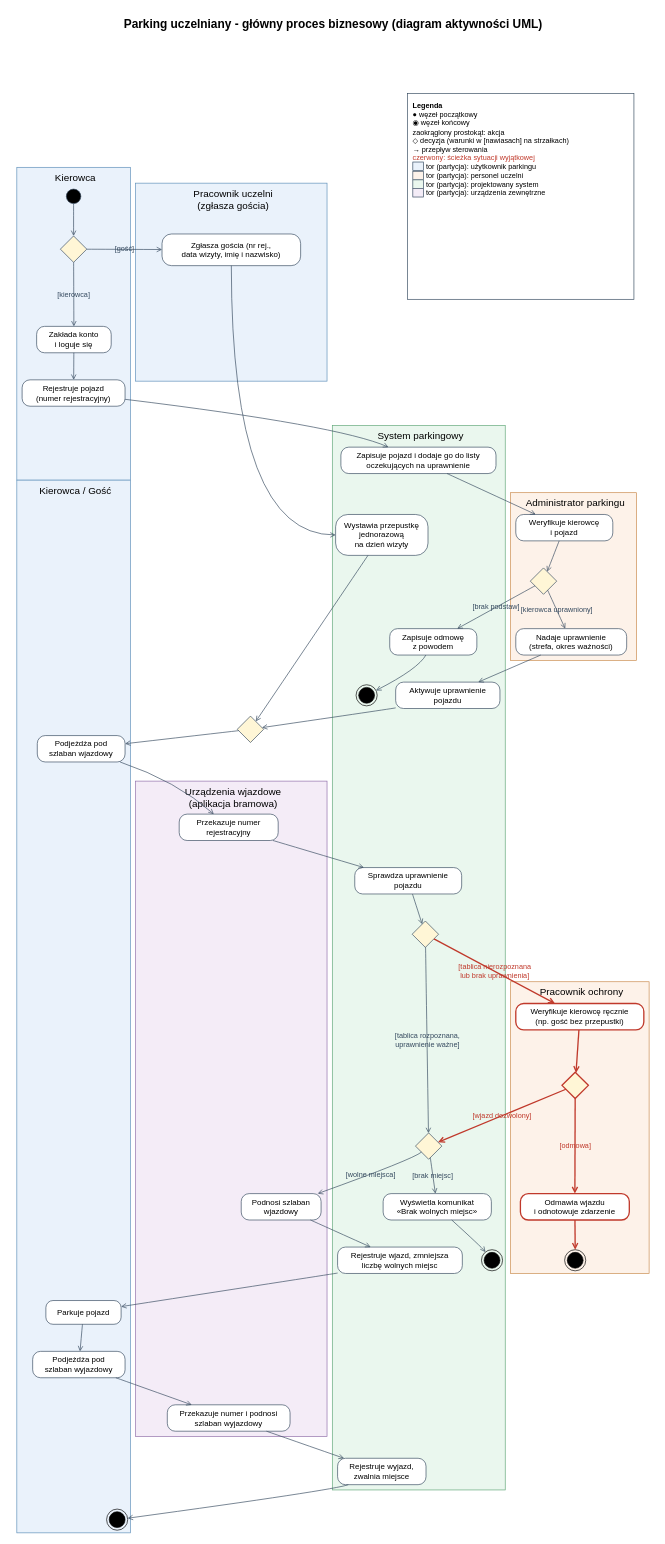
Kanikk/parking-uczelniany keeps this draw.io diagram as docs/proces/model-procesu.drawio. Above is the earlier version. Source tidied: cells renumbered, new cells numbered last; positions are measured from the earlier drawing's top-left corner, leaving out a move shared by most shapes. Both pictures are drawn from the tidied source at 66%, with x=0, y=0 at pixel (11, 11).
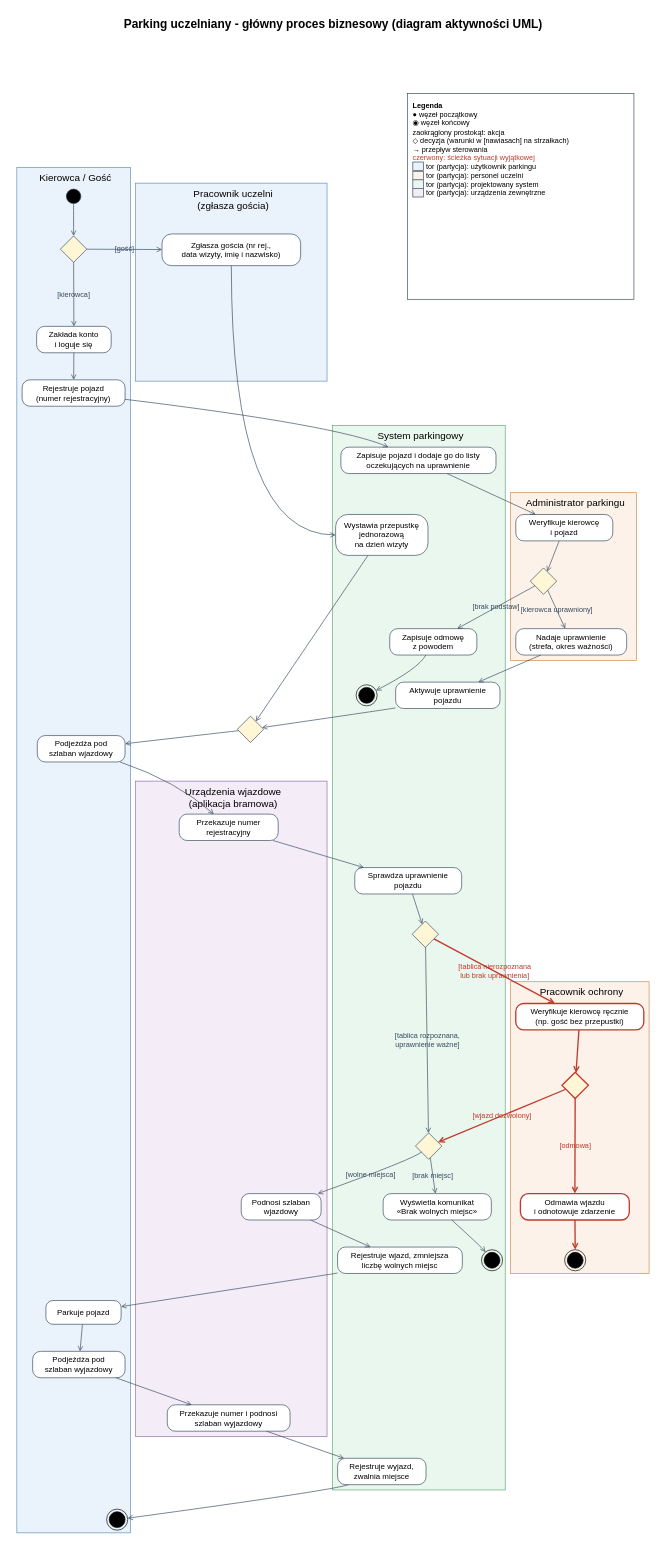
Above is the later version.

Commit message (it also covers changes not shown here):
docs: jeden tor Kierowca / Gość w modelu procesu (uwaga z review)

What changed in the source:
```diff
@@
-    <mxCell id="3" value="Kierowca" style="rounded=0;whiteSpace=wrap;html=1;fillColor=#EAF2FB;strokeColor=#5B8DB8;verticalAlign=top;align=center;spacingLeft=6;fontSize=15;fontColor=#000000;" parent="1" vertex="1">
-      <mxGeometry x="8" y="236" width="172" height="474" as="geometry" />
+    <mxCell id="3" value="Kierowca / Gość" style="rounded=0;whiteSpace=wrap;html=1;fillColor=#EAF2FB;strokeColor=#5B8DB8;verticalAlign=top;align=center;spacingLeft=6;fontSize=15;fontColor=#000000;" parent="1" vertex="1">
+      <mxGeometry x="8" y="236" width="172" height="2069" as="geometry" />
     </mxCell>
-    <mxCell id="4" value="Kierowca / Gość" style="rounded=0;whiteSpace=wrap;html=1;fillColor=#EAF2FB;strokeColor=#5B8DB8;verticalAlign=top;align=center;spacingLeft=6;fontSize=15;fontColor=#000000;" parent="1" vertex="1">
-      <mxGeometry x="8" y="710" width="172" height="1595" as="geometry" />
-    </mxCell>
```
